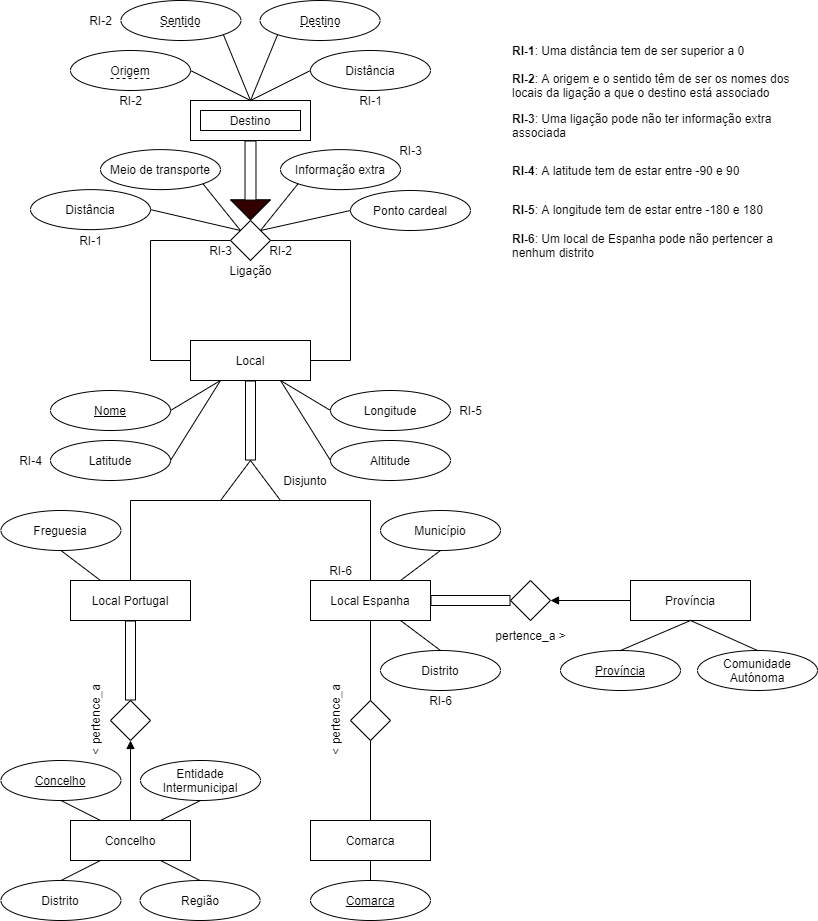
The draw.io diagram src/viajar/base_dados/diagrama_e_a.png in migueldgoncalves/Viajar, before a commit. Source tidied: cells renumbered, new cells last; positions are measured from the earlier drawing's top-left corner, leaving out a move shared by most shapes.
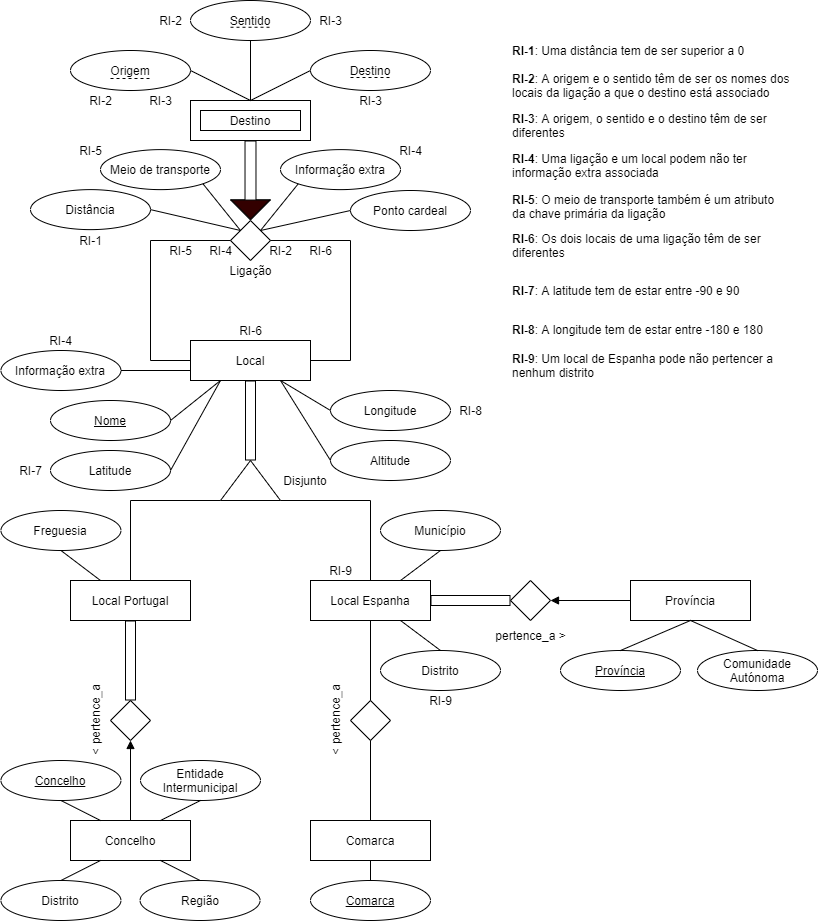
After the commit.

What changed in the source:
```diff
@@ -17,6 +17,9 @@
     <mxCell id="6" value="Comarca" style="rounded=0;whiteSpace=wrap;html=1;" parent="1" vertex="1">
       <mxGeometry x="310" y="820" width="120" height="40" as="geometry" />
     </mxCell>
+    <mxCell id="103" style="edgeStyle=orthogonalEdgeStyle;rounded=0;jettySize=auto;html=1;exitX=0;exitY=0.75;exitDx=0;exitDy=0;entryX=1;entryY=0.5;entryDx=0;entryDy=0;endArrow=none;endFill=0;" parent="1" edge="1" source="7" target="114">
+      <mxGeometry relative="1" as="geometry" />
+    </mxCell>
     <mxCell id="7" value="Local" style="rounded=0;whiteSpace=wrap;html=1;" parent="1" vertex="1">
       <mxGeometry x="190" y="340" width="120" height="40" as="geometry" />
     </mxCell>
@@ -138,22 +141,19 @@
       <mxGeometry x="220" y="260" width="60" height="20" as="geometry" />
     </mxCell>
     <mxCell id="39" value="Sentido" style="ellipse;whiteSpace=wrap;html=1;fillColor=none;fontStyle=0;" parent="1" vertex="1">
-      <mxGeometry x="120.4" width="120" height="40" as="geometry" />
+      <mxGeometry x="190" width="120" height="40" as="geometry" />
     </mxCell>
     <mxCell id="40" value="Origem" style="ellipse;whiteSpace=wrap;html=1;fillColor=none;fontStyle=0;" parent="1" vertex="1">
       <mxGeometry x="70" y="50" width="120" height="40" as="geometry" />
     </mxCell>
-    <mxCell id="41" value="Distância" style="ellipse;whiteSpace=wrap;html=1;fillColor=none;" parent="1" vertex="1">
-      <mxGeometry x="310" y="50" width="120" height="40" as="geometry" />
-    </mxCell>
-    <mxCell id="42" value="Destino" style="ellipse;whiteSpace=wrap;html=1;fillColor=none;" parent="1" vertex="1">
-      <mxGeometry x="259.6" width="120" height="40" as="geometry" />
+    <mxCell id="42" value="Destino" style="ellipse;whiteSpace=wrap;html=1;fillColor=none;fontStyle=0;" parent="1" vertex="1">
+      <mxGeometry x="310" y="50" width="120" height="40" as="geometry" />
     </mxCell>
     <mxCell id="43" value="Latitude" style="ellipse;whiteSpace=wrap;html=1;fillColor=none;" parent="1" vertex="1">
-      <mxGeometry x="50" y="440" width="120" height="40" as="geometry" />
+      <mxGeometry x="50" y="450" width="120" height="40" as="geometry" />
     </mxCell>
     <mxCell id="44" value="Nome" style="ellipse;whiteSpace=wrap;html=1;fillColor=none;fontStyle=4;" parent="1" vertex="1">
-      <mxGeometry x="50" y="390" width="120" height="40" as="geometry" />
+      <mxGeometry x="50" y="400" width="120" height="40" as="geometry" />
     </mxCell>
     <mxCell id="45" value="Altitude" style="ellipse;whiteSpace=wrap;html=1;fillColor=none;" parent="1" vertex="1">
       <mxGeometry x="330" y="440" width="120" height="40" as="geometry" />
@@ -206,15 +206,12 @@
     <mxCell id="61" style="endArrow=none;html=1;entryX=0.5;entryY=0;entryDx=0;entryDy=0;exitX=1;exitY=0.5;exitDx=0;exitDy=0;" parent="1" edge="1" source="40" target="8">
       <mxGeometry relative="1" as="geometry" />
     </mxCell>
-    <mxCell id="62" style="endArrow=none;html=1;entryX=0.5;entryY=0;entryDx=0;entryDy=0;exitX=1;exitY=1;exitDx=0;exitDy=0;" parent="1" edge="1" source="39" target="8">
+    <mxCell id="62" style="endArrow=none;html=1;entryX=0.5;entryY=0;entryDx=0;entryDy=0;exitX=0.5;exitY=1;exitDx=0;exitDy=0;" parent="1" edge="1" source="39" target="8">
       <mxGeometry relative="1" as="geometry" />
     </mxCell>
-    <mxCell id="63" style="endArrow=none;html=1;entryX=0.5;entryY=0;entryDx=0;entryDy=0;exitX=0;exitY=1;exitDx=0;exitDy=0;" parent="1" edge="1" source="42" target="8">
+    <mxCell id="63" style="endArrow=none;html=1;entryX=0.5;entryY=0;entryDx=0;entryDy=0;exitX=0;exitY=0.5;exitDx=0;exitDy=0;" parent="1" edge="1" source="42" target="8">
       <mxGeometry relative="1" as="geometry" />
     </mxCell>
-    <mxCell id="64" style="endArrow=none;html=1;entryX=0.5;entryY=0;entryDx=0;entryDy=0;exitX=0;exitY=0.5;exitDx=0;exitDy=0;" parent="1" edge="1" source="41" target="8">
-      <mxGeometry relative="1" as="geometry" />
-    </mxCell>
     <mxCell id="65" style="endArrow=none;html=1;entryX=0;entryY=0;entryDx=0;entryDy=0;exitX=1;exitY=0.5;exitDx=0;exitDy=0;" parent="1" edge="1" source="58" target="9">
       <mxGeometry relative="1" as="geometry" />
     </mxCell>
@@ -275,24 +272,21 @@
         <mxPoint x="150" y="78" as="targetPoint" />
       </mxGeometry>
     </mxCell>
-    <mxCell id="84" style="endArrow=none;dashed=1;html=1;" parent="1" edge="1">
+    <mxCell id="84" style="endArrow=none;dashed=1;html=1;fontStyle=4;" parent="1" edge="1">
       <mxGeometry relative="1" as="geometry">
-        <mxPoint x="160" y="26" as="sourcePoint" />
-        <mxPoint x="200" y="26" as="targetPoint" />
+        <mxPoint x="230" y="26.8" as="sourcePoint" />
+        <mxPoint x="270" y="26.8" as="targetPoint" />
       </mxGeometry>
     </mxCell>
     <mxCell id="85" style="endArrow=none;dashed=1;html=1;" parent="1" edge="1">
       <mxGeometry relative="1" as="geometry">
-        <mxPoint x="299.6" y="26" as="sourcePoint" />
-        <mxPoint x="339.6" y="26" as="targetPoint" />
+        <mxPoint x="350" y="77" as="sourcePoint" />
+        <mxPoint x="390" y="77" as="targetPoint" />
       </mxGeometry>
     </mxCell>
     <mxCell id="86" value="&lt;b&gt;RI-1&lt;/b&gt;: Uma distância tem de ser superior a 0" style="text;html=1;strokeColor=none;fillColor=none;align=left;verticalAlign=middle;whiteSpace=wrap;rounded=0;" parent="1" vertex="1">
       <mxGeometry x="510" y="40" width="280" height="20" as="geometry" />
     </mxCell>
-    <mxCell id="87" value="RI-1" style="text;html=1;align=center;verticalAlign=middle;" parent="1" vertex="1">
-      <mxGeometry x="350" y="90" width="40" height="20" as="geometry" />
-    </mxCell>
     <mxCell id="88" value="RI-1" style="text;html=1;align=center;verticalAlign=middle;" parent="1" vertex="1">
       <mxGeometry x="70" y="230" width="40" height="20" as="geometry" />
     </mxCell>
@@ -300,43 +294,79 @@
       <mxGeometry x="510" y="70" width="280" height="30" as="geometry" />
     </mxCell>
     <mxCell id="90" value="RI-2" style="text;html=1;align=center;verticalAlign=middle;" parent="1" vertex="1">
-      <mxGeometry x="80.4" y="10" width="40" height="20" as="geometry" />
+      <mxGeometry x="150" y="10" width="40" height="20" as="geometry" />
     </mxCell>
     <mxCell id="91" value="RI-2" style="text;html=1;align=center;verticalAlign=middle;" parent="1" vertex="1">
-      <mxGeometry x="110" y="90" width="40" height="20" as="geometry" />
+      <mxGeometry x="80.4" y="90" width="40" height="20" as="geometry" />
     </mxCell>
     <mxCell id="92" value="RI-2" style="text;html=1;align=center;verticalAlign=middle;" parent="1" vertex="1">
       <mxGeometry x="260" y="240" width="40" height="20" as="geometry" />
     </mxCell>
-    <mxCell id="93" value="&lt;b&gt;RI-3&lt;/b&gt;: Uma ligação pode não ter informação extra associada" style="text;html=1;strokeColor=none;fillColor=none;align=left;verticalAlign=middle;whiteSpace=wrap;rounded=0;" parent="1" vertex="1">
-      <mxGeometry x="510" y="110" width="280" height="30" as="geometry" />
+    <mxCell id="93" value="&lt;b&gt;RI-4&lt;/b&gt;: Uma ligação e um local podem não ter informação extra associada" style="text;html=1;strokeColor=none;fillColor=none;align=left;verticalAlign=middle;whiteSpace=wrap;rounded=0;" parent="1" vertex="1">
+      <mxGeometry x="510" y="150" width="280" height="30" as="geometry" />
     </mxCell>
-    <mxCell id="94" value="RI-3" style="text;html=1;align=center;verticalAlign=middle;" parent="1" vertex="1">
+    <mxCell id="94" value="RI-4" style="text;html=1;align=center;verticalAlign=middle;" parent="1" vertex="1">
       <mxGeometry x="390" y="140" width="40" height="20" as="geometry" />
     </mxCell>
-    <mxCell id="95" value="RI-3" style="text;html=1;align=center;verticalAlign=middle;" parent="1" vertex="1">
+    <mxCell id="95" value="RI-4" style="text;html=1;align=center;verticalAlign=middle;" parent="1" vertex="1">
       <mxGeometry x="200" y="240" width="40" height="20" as="geometry" />
     </mxCell>
-    <mxCell id="96" value="&lt;b&gt;RI-4&lt;/b&gt;: A latitude tem de estar entre -90 e 90" style="text;html=1;strokeColor=none;fillColor=none;align=left;verticalAlign=middle;whiteSpace=wrap;rounded=0;" parent="1" vertex="1">
-      <mxGeometry x="510" y="160" width="280" height="20" as="geometry" />
+    <mxCell id="96" value="&lt;b&gt;RI-7&lt;/b&gt;: A latitude tem de estar entre -90 e 90" style="text;html=1;strokeColor=none;fillColor=none;align=left;verticalAlign=middle;whiteSpace=wrap;rounded=0;" parent="1" vertex="1">
+      <mxGeometry x="510" y="280" width="280" height="20" as="geometry" />
     </mxCell>
-    <mxCell id="97" value="RI-4" style="text;html=1;align=center;verticalAlign=middle;" parent="1" vertex="1">
-      <mxGeometry x="10" y="450" width="40" height="20" as="geometry" />
+    <mxCell id="97" value="RI-7" style="text;html=1;align=center;verticalAlign=middle;" parent="1" vertex="1">
+      <mxGeometry x="10" y="460" width="40" height="20" as="geometry" />
     </mxCell>
-    <mxCell id="98" value="&lt;b&gt;RI-5&lt;/b&gt;: A longitude tem de estar entre -180 e 180" style="text;html=1;strokeColor=none;fillColor=none;align=left;verticalAlign=middle;whiteSpace=wrap;rounded=0;" parent="1" vertex="1">
-      <mxGeometry x="510" y="199.1" width="280" height="20" as="geometry" />
+    <mxCell id="98" value="&lt;b&gt;RI-8&lt;/b&gt;: A longitude tem de estar entre -180 e 180" style="text;html=1;strokeColor=none;fillColor=none;align=left;verticalAlign=middle;whiteSpace=wrap;rounded=0;" parent="1" vertex="1">
+      <mxGeometry x="510" y="319.1" width="280" height="20" as="geometry" />
     </mxCell>
-    <mxCell id="99" value="RI-5" style="text;html=1;align=center;verticalAlign=middle;" parent="1" vertex="1">
+    <mxCell id="99" value="RI-8" style="text;html=1;align=center;verticalAlign=middle;" parent="1" vertex="1">
       <mxGeometry x="450" y="400" width="40" height="20" as="geometry" />
     </mxCell>
-    <mxCell id="100" value="&lt;b&gt;RI-6&lt;/b&gt;: Um local de Espanha pode não pertencer a nenhum distrito" style="text;html=1;strokeColor=none;fillColor=none;align=left;verticalAlign=middle;whiteSpace=wrap;rounded=0;" parent="1" vertex="1">
-      <mxGeometry x="510" y="230" width="280" height="30" as="geometry" />
+    <mxCell id="100" value="&lt;b&gt;RI-9&lt;/b&gt;: Um local de Espanha pode não pertencer a nenhum distrito" style="text;html=1;strokeColor=none;fillColor=none;align=left;verticalAlign=middle;whiteSpace=wrap;rounded=0;" parent="1" vertex="1">
+      <mxGeometry x="510" y="350" width="280" height="30" as="geometry" />
     </mxCell>
-    <mxCell id="101" value="RI-6" style="text;html=1;align=center;verticalAlign=middle;" parent="1" vertex="1">
+    <mxCell id="101" value="RI-9" style="text;html=1;align=center;verticalAlign=middle;" parent="1" vertex="1">
       <mxGeometry x="420" y="690" width="40" height="20" as="geometry" />
     </mxCell>
-    <mxCell id="102" value="RI-6" style="text;html=1;align=center;verticalAlign=middle;" parent="1" vertex="1">
+    <mxCell id="102" value="RI-9" style="text;html=1;align=center;verticalAlign=middle;" parent="1" vertex="1">
       <mxGeometry x="320" y="560" width="40" height="20" as="geometry" />
     </mxCell>
+    <mxCell id="104" value="&lt;b&gt;RI-5&lt;/b&gt;: O meio de transporte também é um atributo da chave primária da ligação" style="text;html=1;strokeColor=none;fillColor=none;align=left;verticalAlign=middle;whiteSpace=wrap;rounded=0;" parent="1" vertex="1">
+      <mxGeometry x="510" y="191" width="280" height="29.1" as="geometry" />
+    </mxCell>
+    <mxCell id="105" value="&lt;b&gt;RI-6&lt;/b&gt;: Os dois locais de uma ligação têm de ser diferentes" style="text;html=1;strokeColor=none;fillColor=none;align=left;verticalAlign=middle;whiteSpace=wrap;rounded=0;" parent="1" vertex="1">
+      <mxGeometry x="510" y="230" width="280" height="30.1" as="geometry" />
+    </mxCell>
+    <mxCell id="106" value="RI-5" style="text;html=1;align=center;verticalAlign=middle;" parent="1" vertex="1">
+      <mxGeometry x="70" y="140" width="40" height="20" as="geometry" />
+    </mxCell>
+    <mxCell id="107" value="RI-5" style="text;html=1;align=center;verticalAlign=middle;" parent="1" vertex="1">
+      <mxGeometry x="160" y="240" width="40" height="20" as="geometry" />
+    </mxCell>
+    <mxCell id="108" value="RI-6" style="text;html=1;align=center;verticalAlign=middle;" parent="1" vertex="1">
+      <mxGeometry x="300" y="240" width="40" height="20" as="geometry" />
+    </mxCell>
+    <mxCell id="109" value="RI-6" style="text;html=1;align=center;verticalAlign=middle;" parent="1" vertex="1">
+      <mxGeometry x="230" y="320" width="40" height="20" as="geometry" />
+    </mxCell>
+    <mxCell id="110" value="&lt;b&gt;RI-3&lt;/b&gt;: A origem, o sentido e o destino têm de ser diferentes" style="text;html=1;strokeColor=none;fillColor=none;align=left;verticalAlign=middle;whiteSpace=wrap;rounded=0;" parent="1" vertex="1">
+      <mxGeometry x="510" y="110" width="280" height="30" as="geometry" />
+    </mxCell>
+    <mxCell id="111" value="RI-3" style="text;html=1;align=center;verticalAlign=middle;" parent="1" vertex="1">
+      <mxGeometry x="139.6" y="90" width="40" height="20" as="geometry" />
+    </mxCell>
+    <mxCell id="112" value="RI-3" style="text;html=1;align=center;verticalAlign=middle;" parent="1" vertex="1">
+      <mxGeometry x="310" y="10" width="40" height="20" as="geometry" />
+    </mxCell>
+    <mxCell id="113" value="RI-3" style="text;html=1;align=center;verticalAlign=middle;" parent="1" vertex="1">
+      <mxGeometry x="350" y="90" width="40" height="20" as="geometry" />
+    </mxCell>
+    <mxCell id="114" value="Informação extra" style="ellipse;whiteSpace=wrap;html=1;fillColor=none;" parent="1" vertex="1">
+      <mxGeometry x="0.4" y="350" width="120" height="40" as="geometry" />
+    </mxCell>
+    <mxCell id="115" value="RI-4" style="text;html=1;align=center;verticalAlign=middle;" parent="1" vertex="1">
+      <mxGeometry x="40.4" y="330" width="40" height="20" as="geometry" />
+    </mxCell>
   </root>
 </mxGraphModel>
```
